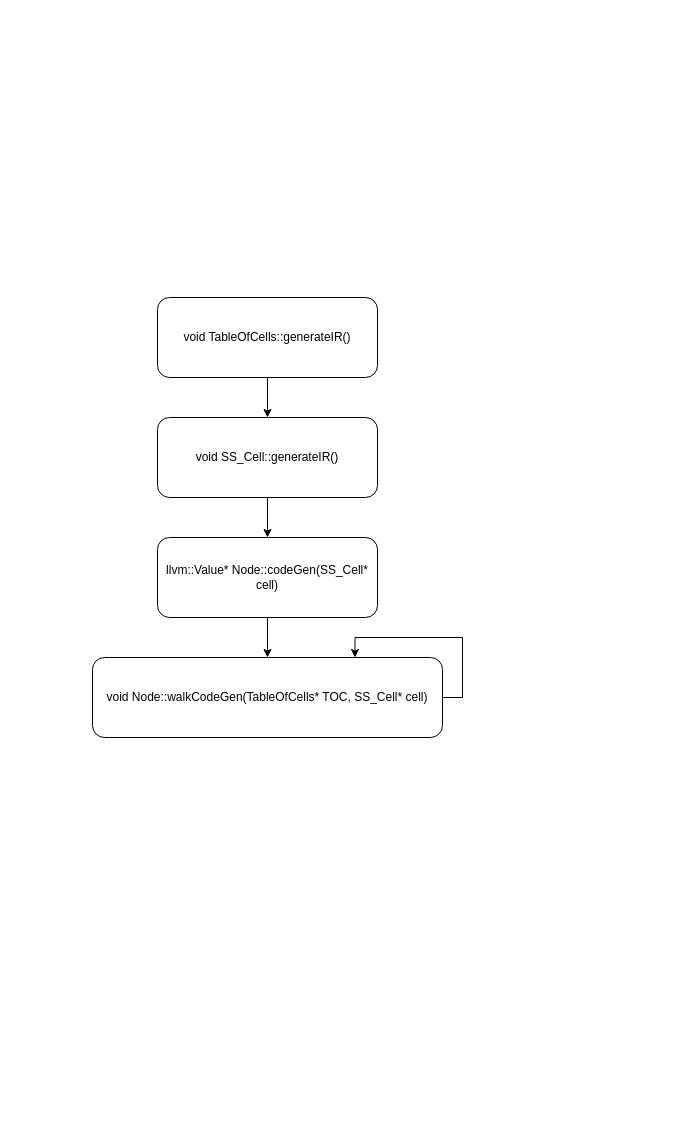
Above: 615_compiler_design_with_llvm/assn/05_SpreadsheetIRGen/statics/ss_ir_gen.drawio in ribbas/grad_courses (draw.io), before the change. Source tidied: cells renumbered, new cells numbered last; positions are measured from the earlier drawing's top-left corner, leaving out a move shared by most shapes. Both pictures are drawn from the tidied source at 100%, with x=0, y=0 at pixel (92, 297).
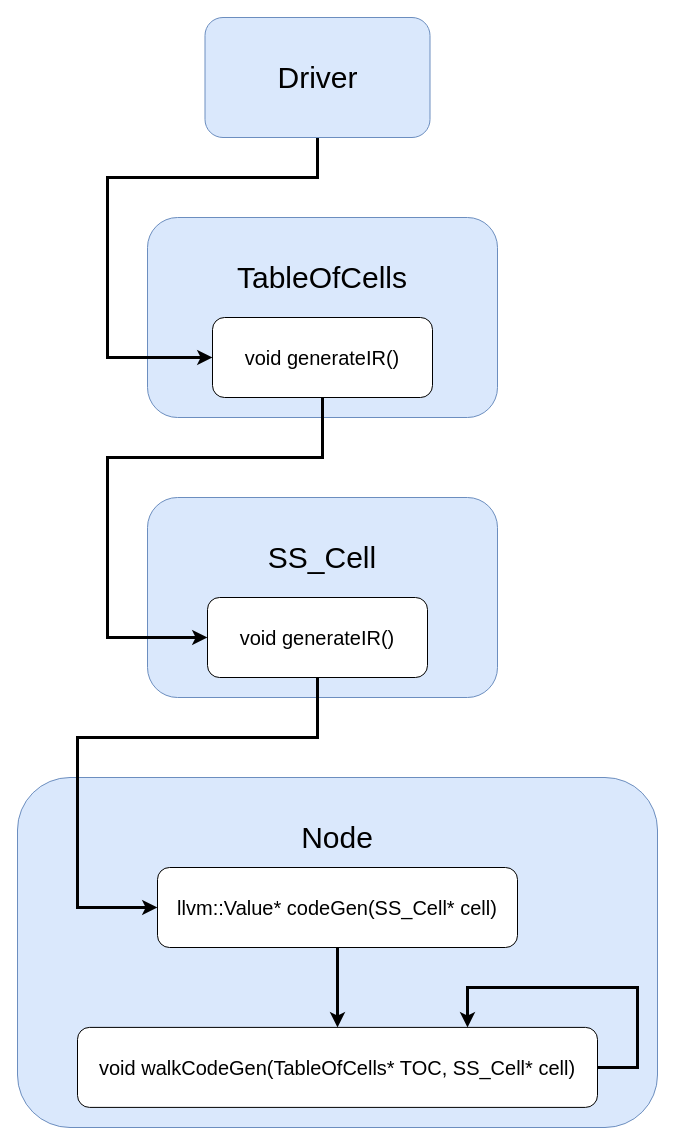
Above is the later version.

The edit, as a diff of the source:
```diff
@@
+    <mxCell id="10" value="&lt;br&gt;SS_Cell" style="rounded=1;whiteSpace=wrap;html=1;fillColor=#dae8fc;strokeColor=#6c8ebf;align=center;verticalAlign=top;fontSize=30;" parent="1" vertex="1">
+      <mxGeometry x="55" y="200" width="350" height="200" as="geometry" />
+    </mxCell>
+    <mxCell id="11" value="&lt;br&gt;TableOfCells" style="rounded=1;whiteSpace=wrap;html=1;fillColor=#dae8fc;strokeColor=#6c8ebf;align=center;verticalAlign=top;fontSize=30;" parent="1" vertex="1">
+      <mxGeometry x="55" y="-80" width="350" height="200" as="geometry" />
+    </mxCell>
+    <mxCell id="12" value="&lt;br&gt;Node" style="rounded=1;whiteSpace=wrap;html=1;fillColor=#dae8fc;strokeColor=#6c8ebf;align=center;verticalAlign=top;fontSize=30;" parent="1" vertex="1">
+      <mxGeometry x="-75" y="480" width="640" height="350" as="geometry" />
+    </mxCell>
-    <mxCell id="2" style="edgeStyle=orthogonalEdgeStyle;rounded=0;jettySize=auto;html=1;exitX=0.5;exitY=1;exitDx=0;exitDy=0;entryX=0.5;entryY=0;entryDx=0;entryDy=0;" parent="1" edge="1" source="3" target="4">
-      <mxGeometry relative="1" as="geometry" />
+    <mxCell id="2" style="edgeStyle=orthogonalEdgeStyle;rounded=0;jettySize=auto;html=1;exitX=0.5;exitY=1;exitDx=0;exitDy=0;entryX=0.5;entryY=0;entryDx=0;entryDy=0;strokeWidth=3;" parent="1" edge="1" source="3" target="4">
+      <mxGeometry relative="1" as="geometry">
+        <Array as="points">
+          <mxPoint x="245" y="710" />
+          <mxPoint x="245" y="710" />
+        </Array>
+      </mxGeometry>
     </mxCell>
-    <mxCell id="3" value="llvm::Value* Node::codeGen(SS_Cell* cell)" style="rounded=1;whiteSpace=wrap;html=1;" parent="1" vertex="1">
-      <mxGeometry x="65" y="240" width="220" height="80" as="geometry" />
+    <mxCell id="3" value="&lt;font style=&quot;font-size: 20px&quot;&gt;llvm::Value* codeGen(SS_Cell* cell)&lt;/font&gt;" style="rounded=1;whiteSpace=wrap;html=1;" parent="1" vertex="1">
+      <mxGeometry x="65" y="570" width="360" height="80" as="geometry" />
     </mxCell>
-    <mxCell id="4" value="void Node::walkCodeGen(TableOfCells* TOC, SS_Cell* cell)" style="rounded=1;whiteSpace=wrap;html=1;" parent="1" vertex="1">
-      <mxGeometry y="360" width="350" height="80" as="geometry" />
+    <mxCell id="4" value="&lt;font style=&quot;font-size: 20px&quot;&gt;void walkCodeGen(TableOfCells* TOC, SS_Cell* cell)&lt;/font&gt;" style="rounded=1;whiteSpace=wrap;html=1;" parent="1" vertex="1">
+      <mxGeometry x="-15" y="729.9" width="520" height="80" as="geometry" />
     </mxCell>
-    <mxCell id="5" style="edgeStyle=orthogonalEdgeStyle;rounded=0;jettySize=auto;html=1;exitX=0.5;exitY=1;exitDx=0;exitDy=0;entryX=0.5;entryY=0;entryDx=0;entryDy=0;" parent="1" edge="1" source="6" target="3">
-      <mxGeometry relative="1" as="geometry" />
+    <mxCell id="5" style="edgeStyle=orthogonalEdgeStyle;rounded=0;jettySize=auto;html=1;exitX=0.5;exitY=1;exitDx=0;exitDy=0;entryX=0;entryY=0.5;entryDx=0;entryDy=0;strokeWidth=3;" parent="1" edge="1" source="6" target="3">
+      <mxGeometry relative="1" as="geometry">
+        <Array as="points">
+          <mxPoint x="225" y="440" />
+          <mxPoint x="-15" y="440" />
+          <mxPoint x="-15" y="610" />
+        </Array>
+      </mxGeometry>
     </mxCell>
-    <mxCell id="6" value="void SS_Cell::generateIR()" style="rounded=1;whiteSpace=wrap;html=1;" parent="1" vertex="1">
-      <mxGeometry x="65" y="120" width="220" height="80" as="geometry" />
+    <mxCell id="6" value="&lt;font style=&quot;font-size: 20px&quot;&gt;void generateIR()&lt;/font&gt;" style="rounded=1;whiteSpace=wrap;html=1;" parent="1" vertex="1">
+      <mxGeometry x="115" y="300" width="220" height="80" as="geometry" />
     </mxCell>
-    <mxCell id="7" style="edgeStyle=orthogonalEdgeStyle;rounded=0;jettySize=auto;html=1;exitX=0.5;exitY=1;exitDx=0;exitDy=0;entryX=0.5;entryY=0;entryDx=0;entryDy=0;" parent="1" edge="1" source="8" target="6">
-      <mxGeometry relative="1" as="geometry" />
+    <mxCell id="7" style="edgeStyle=orthogonalEdgeStyle;rounded=0;jettySize=auto;html=1;exitX=0.5;exitY=1;exitDx=0;exitDy=0;entryX=0;entryY=0.5;entryDx=0;entryDy=0;fontSize=20;strokeWidth=3;" parent="1" edge="1" source="8" target="6">
+      <mxGeometry relative="1" as="geometry">
+        <Array as="points">
+          <mxPoint x="230" y="160" />
+          <mxPoint x="15" y="160" />
+          <mxPoint x="15" y="340" />
+        </Array>
+      </mxGeometry>
     </mxCell>
-    <mxCell id="8" value="void TableOfCells::generateIR()" style="rounded=1;whiteSpace=wrap;html=1;" parent="1" vertex="1">
-      <mxGeometry x="65" width="220" height="80" as="geometry" />
+    <mxCell id="8" value="&lt;font style=&quot;font-size: 20px&quot;&gt;void generateIR()&lt;/font&gt;" style="rounded=1;whiteSpace=wrap;html=1;" parent="1" vertex="1">
+      <mxGeometry x="120" y="20" width="220" height="80" as="geometry" />
     </mxCell>
-    <mxCell id="9" style="edgeStyle=orthogonalEdgeStyle;rounded=0;orthogonalLoop=1;jettySize=auto;html=1;exitX=1;exitY=0.5;exitDx=0;exitDy=0;entryX=0.75;entryY=0;entryDx=0;entryDy=0;" parent="1" edge="1" source="4" target="4">
+    <mxCell id="9" style="edgeStyle=orthogonalEdgeStyle;rounded=0;orthogonalLoop=1;jettySize=auto;html=1;exitX=1;exitY=0.5;exitDx=0;exitDy=0;entryX=0.75;entryY=0;entryDx=0;entryDy=0;fontSize=21;strokeWidth=3;" parent="1" edge="1" source="4" target="4">
       <mxGeometry relative="1" as="geometry">
         <Array as="points">
-          <mxPoint x="370" y="400" />
-          <mxPoint x="370" y="340" />
-          <mxPoint x="263" y="340" />
+          <mxPoint x="545" y="770" />
+          <mxPoint x="545" y="690" />
+          <mxPoint x="375" y="690" />
         </Array>
       </mxGeometry>
     </mxCell>
+    <mxCell id="13" style="edgeStyle=orthogonalEdgeStyle;rounded=0;jettySize=auto;html=1;exitX=0.5;exitY=1;exitDx=0;exitDy=0;entryX=0;entryY=0.5;entryDx=0;entryDy=0;fontSize=21;strokeWidth=3;" parent="1" edge="1" source="14" target="8">
+      <mxGeometry relative="1" as="geometry">
+        <Array as="points">
+          <mxPoint x="225" y="-120" />
+          <mxPoint x="15" y="-120" />
+          <mxPoint x="15" y="60" />
+        </Array>
+      </mxGeometry>
+    </mxCell>
+    <mxCell id="14" value="Driver" style="rounded=1;whiteSpace=wrap;html=1;fillColor=#dae8fc;strokeColor=#6c8ebf;align=center;verticalAlign=middle;fontSize=30;" parent="1" vertex="1">
+      <mxGeometry x="112.5" y="-280" width="225" height="120" as="geometry" />
+    </mxCell>
```
